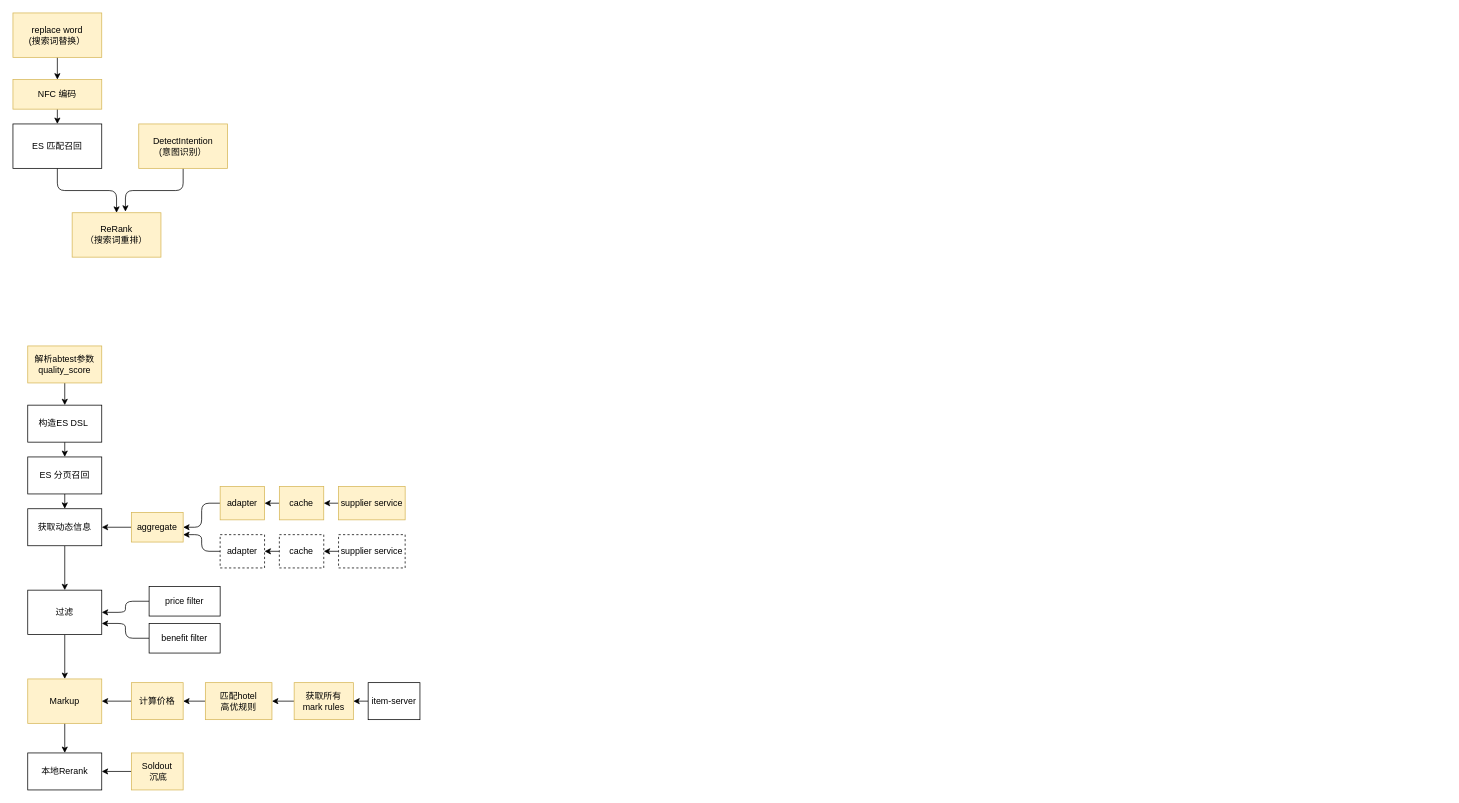
wxquare/wxquare.github.io keeps this draw.io diagram as source/diagrams/keywords.drawio. Above is the earlier version. Source tidied: cells renumbered, new cells numbered last; positions are measured from the earlier drawing's top-left corner, leaving out a move shared by most shapes. Both pictures are drawn from the tidied source at 74%, with x=0, y=0 at pixel (13, 13).
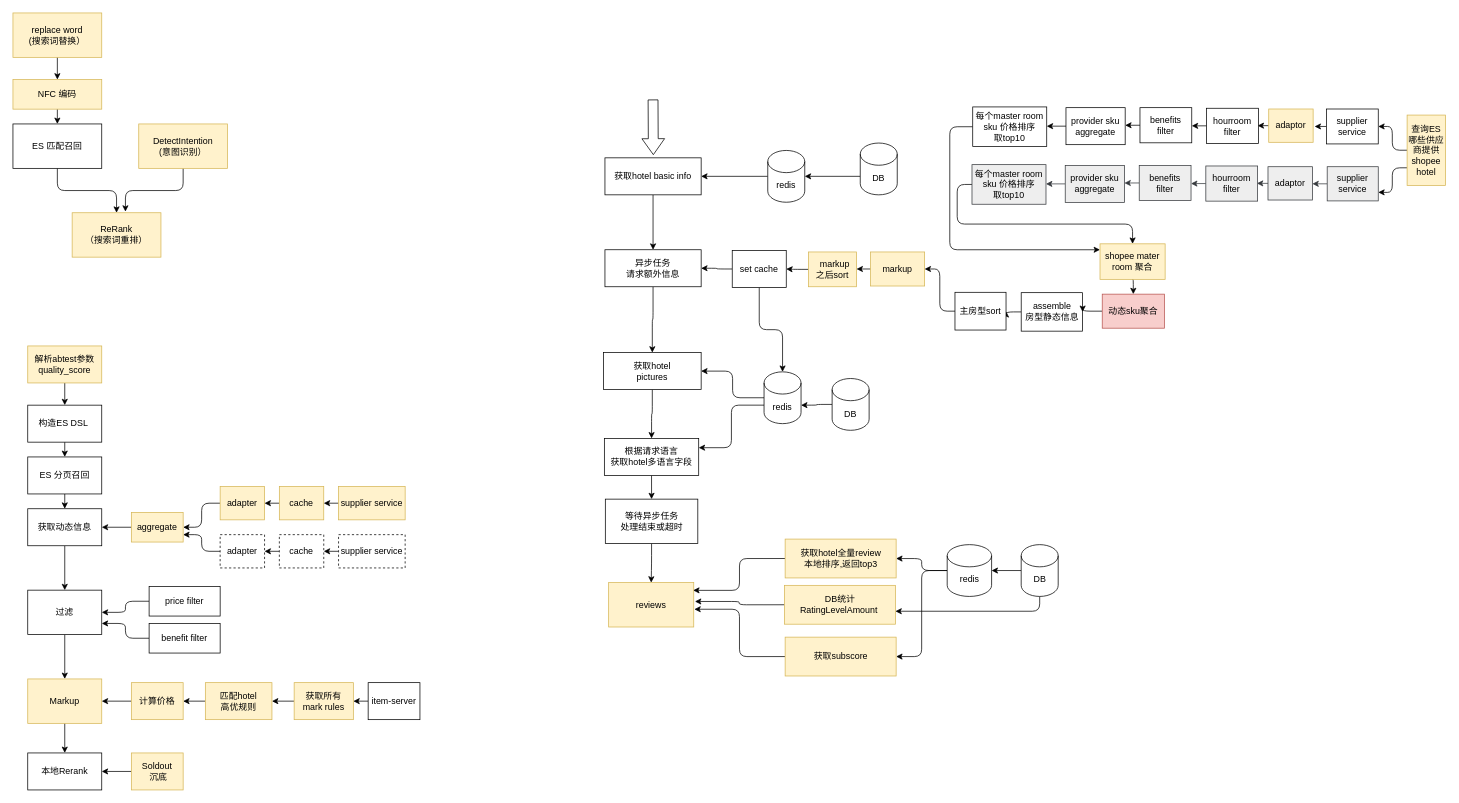
Above is the later version.

Change to the diagram source:
```diff
@@
+    <mxCell id="52" style="edgeStyle=orthogonalEdgeStyle;rounded=1;jettySize=auto;html=1;exitX=0.5;exitY=1;exitDx=0;exitDy=0;" parent="1" edge="1" source="53" target="59">
+      <mxGeometry relative="1" as="geometry" />
+    </mxCell>
+    <mxCell id="53" value="获取hotel basic info" style="rounded=0;whiteSpace=wrap;html=1;" parent="1" vertex="1">
+      <mxGeometry x="800" y="195.8" width="130" height="50" as="geometry" />
+    </mxCell>
+    <mxCell id="54" style="edgeStyle=orthogonalEdgeStyle;rounded=1;jettySize=auto;html=1;exitX=0;exitY=0.5;exitDx=0;exitDy=0;exitPerimeter=0;" parent="1" edge="1" source="55" target="53">
+      <mxGeometry relative="1" as="geometry" />
+    </mxCell>
+    <mxCell id="55" value="redis" style="shape=cylinder3;whiteSpace=wrap;html=1;boundedLbl=1;backgroundOutline=1;size=15;" parent="1" vertex="1">
+      <mxGeometry x="1020" y="185.8" width="50" height="70" as="geometry" />
+    </mxCell>
+    <mxCell id="56" style="edgeStyle=orthogonalEdgeStyle;rounded=1;jettySize=auto;html=1;exitX=0;exitY=0;exitDx=0;exitDy=45;exitPerimeter=0;entryX=1;entryY=0.5;entryDx=0;entryDy=0;entryPerimeter=0;" parent="1" edge="1" source="57" target="55">
+      <mxGeometry relative="1" as="geometry" />
+    </mxCell>
+    <mxCell id="57" value="DB" style="shape=cylinder3;whiteSpace=wrap;html=1;boundedLbl=1;backgroundOutline=1;size=15;" parent="1" vertex="1">
+      <mxGeometry x="1145" y="175.8" width="50" height="70" as="geometry" />
+    </mxCell>
+    <mxCell id="58" style="edgeStyle=orthogonalEdgeStyle;rounded=1;jettySize=auto;html=1;exitX=0.5;exitY=1;exitDx=0;exitDy=0;entryX=0.5;entryY=0;entryDx=0;entryDy=0;" parent="1" edge="1" source="59" target="63">
+      <mxGeometry relative="1" as="geometry" />
+    </mxCell>
+    <mxCell id="59" value="异步任务&lt;br&gt;请求额外信息" style="rounded=0;whiteSpace=wrap;html=1;" parent="1" vertex="1">
+      <mxGeometry x="800" y="320" width="130" height="50" as="geometry" />
+    </mxCell>
+    <mxCell id="60" style="edgeStyle=orthogonalEdgeStyle;rounded=1;jettySize=auto;html=1;exitX=0;exitY=0.5;exitDx=0;exitDy=0;" parent="1" edge="1" source="61">
+      <mxGeometry relative="1" as="geometry">
+        <mxPoint x="1759" y="153.2" as="targetPoint" />
+      </mxGeometry>
+    </mxCell>
+    <mxCell id="61" value="supplier &lt;br&gt;service" style="rounded=0;whiteSpace=wrap;html=1;" parent="1" vertex="1">
+      <mxGeometry x="1775" y="129.8" width="70" height="47.2" as="geometry" />
+    </mxCell>
+    <mxCell id="62" style="edgeStyle=orthogonalEdgeStyle;rounded=1;jettySize=auto;html=1;exitX=0.5;exitY=1;exitDx=0;exitDy=0;" parent="1" edge="1" source="63" target="70">
+      <mxGeometry relative="1" as="geometry" />
+    </mxCell>
+    <mxCell id="63" value="获取hotel &lt;br&gt;pictures" style="rounded=0;whiteSpace=wrap;html=1;" parent="1" vertex="1">
+      <mxGeometry x="798" y="459" width="132" height="50" as="geometry" />
+    </mxCell>
+    <mxCell id="64" style="edgeStyle=orthogonalEdgeStyle;rounded=1;jettySize=auto;html=1;exitX=0;exitY=0.5;exitDx=0;exitDy=0;exitPerimeter=0;entryX=1;entryY=0.5;entryDx=0;entryDy=0;" parent="1" edge="1" source="66" target="63">
+      <mxGeometry relative="1" as="geometry" />
+    </mxCell>
+    <mxCell id="65" style="edgeStyle=orthogonalEdgeStyle;rounded=1;jettySize=auto;html=1;exitX=0;exitY=0;exitDx=0;exitDy=45;exitPerimeter=0;entryX=1;entryY=0.25;entryDx=0;entryDy=0;" parent="1" edge="1" source="66" target="70">
+      <mxGeometry relative="1" as="geometry" />
+    </mxCell>
+    <mxCell id="66" value="redis" style="shape=cylinder3;whiteSpace=wrap;html=1;boundedLbl=1;backgroundOutline=1;size=15;" parent="1" vertex="1">
+      <mxGeometry x="1015" y="485" width="50" height="70" as="geometry" />
+    </mxCell>
+    <mxCell id="67" style="edgeStyle=orthogonalEdgeStyle;rounded=1;jettySize=auto;html=1;exitX=0;exitY=0.5;exitDx=0;exitDy=0;exitPerimeter=0;entryX=1;entryY=0;entryDx=0;entryDy=45;entryPerimeter=0;" parent="1" edge="1" source="68" target="66">
+      <mxGeometry relative="1" as="geometry" />
+    </mxCell>
+    <mxCell id="68" value="DB" style="shape=cylinder3;whiteSpace=wrap;html=1;boundedLbl=1;backgroundOutline=1;size=15;" parent="1" vertex="1">
+      <mxGeometry x="1107" y="494" width="50" height="70" as="geometry" />
+    </mxCell>
+    <mxCell id="69" style="edgeStyle=orthogonalEdgeStyle;rounded=1;jettySize=auto;html=1;exitX=0.5;exitY=1;exitDx=0;exitDy=0;entryX=0.5;entryY=0;entryDx=0;entryDy=0;" parent="1" edge="1" source="70" target="72">
+      <mxGeometry relative="1" as="geometry" />
+    </mxCell>
+    <mxCell id="70" value="根据请求语言&lt;br&gt;获取hotel多语言字段" style="rounded=0;whiteSpace=wrap;html=1;" parent="1" vertex="1">
+      <mxGeometry x="799.2" y="575" width="127.5" height="50" as="geometry" />
+    </mxCell>
+    <mxCell id="71" style="edgeStyle=orthogonalEdgeStyle;rounded=1;jettySize=auto;html=1;exitX=0.5;exitY=1;exitDx=0;exitDy=0;" parent="1" edge="1" source="72" target="73">
+      <mxGeometry relative="1" as="geometry" />
+    </mxCell>
+    <mxCell id="72" value="等待异步任务&lt;br&gt;处理结束或超时" style="rounded=0;whiteSpace=wrap;html=1;" parent="1" vertex="1">
+      <mxGeometry x="800.5" y="657" width="125" height="60" as="geometry" />
+    </mxCell>
+    <mxCell id="73" value="reviews" style="rounded=0;whiteSpace=wrap;html=1;fillColor=#fff2cc;strokeColor=#d6b656;" parent="1" vertex="1">
+      <mxGeometry x="805" y="769.8" width="115" height="60" as="geometry" />
+    </mxCell>
+    <mxCell id="74" style="edgeStyle=orthogonalEdgeStyle;rounded=1;jettySize=auto;html=1;exitX=0;exitY=0.5;exitDx=0;exitDy=0;entryX=0.993;entryY=0.175;entryDx=0;entryDy=0;entryPerimeter=0;" parent="1" edge="1" source="75" target="73">
+      <mxGeometry relative="1" as="geometry" />
+    </mxCell>
+    <mxCell id="75" value="获取hotel全量review&lt;br&gt;本地排序,返回top3" style="rounded=0;whiteSpace=wrap;html=1;fillColor=#fff2cc;strokeColor=#d6b656;" parent="1" vertex="1">
+      <mxGeometry x="1043.5" y="711" width="150" height="52.5" as="geometry" />
+    </mxCell>
+    <mxCell id="76" style="edgeStyle=orthogonalEdgeStyle;rounded=1;jettySize=auto;html=1;exitX=0;exitY=0.5;exitDx=0;exitDy=0;entryX=1.014;entryY=0.425;entryDx=0;entryDy=0;entryPerimeter=0;" parent="1" edge="1" source="77" target="73">
+      <mxGeometry relative="1" as="geometry" />
+    </mxCell>
+    <mxCell id="77" value="DB统计RatingLevelAmount&amp;nbsp;" style="rounded=0;whiteSpace=wrap;html=1;fillColor=#fff2cc;strokeColor=#d6b656;" parent="1" vertex="1">
+      <mxGeometry x="1042.5" y="773.5" width="150" height="52.5" as="geometry" />
+    </mxCell>
+    <mxCell id="78" style="edgeStyle=orthogonalEdgeStyle;rounded=1;jettySize=auto;html=1;exitX=0;exitY=0.5;exitDx=0;exitDy=0;entryX=1.007;entryY=0.6;entryDx=0;entryDy=0;entryPerimeter=0;" parent="1" edge="1" source="79" target="73">
+      <mxGeometry relative="1" as="geometry" />
+    </mxCell>
+    <mxCell id="79" value="获取subscore" style="rounded=0;whiteSpace=wrap;html=1;fillColor=#fff2cc;strokeColor=#d6b656;" parent="1" vertex="1">
+      <mxGeometry x="1043.5" y="843.5" width="150" height="52.5" as="geometry" />
+    </mxCell>
+    <mxCell id="80" style="edgeStyle=orthogonalEdgeStyle;rounded=1;jettySize=auto;html=1;exitX=0;exitY=0.5;exitDx=0;exitDy=0;exitPerimeter=0;" parent="1" edge="1" source="82" target="85">
+      <mxGeometry relative="1" as="geometry" />
+    </mxCell>
+    <mxCell id="81" style="edgeStyle=orthogonalEdgeStyle;rounded=1;jettySize=auto;html=1;exitX=0.5;exitY=1;exitDx=0;exitDy=0;exitPerimeter=0;" parent="1" edge="1" source="82" target="77">
+      <mxGeometry relative="1" as="geometry">
+        <Array as="points">
+          <mxPoint x="1387.5" y="808.5" />
+        </Array>
+      </mxGeometry>
+    </mxCell>
+    <mxCell id="82" value="DB" style="shape=cylinder3;whiteSpace=wrap;html=1;boundedLbl=1;backgroundOutline=1;size=15;" parent="1" vertex="1">
+      <mxGeometry x="1362.5" y="718.5" width="50" height="70" as="geometry" />
+    </mxCell>
+    <mxCell id="83" style="edgeStyle=orthogonalEdgeStyle;rounded=1;jettySize=auto;html=1;exitX=0;exitY=0.5;exitDx=0;exitDy=0;exitPerimeter=0;" parent="1" edge="1" source="85" target="75">
+      <mxGeometry relative="1" as="geometry" />
+    </mxCell>
+    <mxCell id="84" style="edgeStyle=orthogonalEdgeStyle;rounded=1;jettySize=auto;html=1;exitX=0;exitY=0.5;exitDx=0;exitDy=0;exitPerimeter=0;entryX=1;entryY=0.5;entryDx=0;entryDy=0;" parent="1" edge="1" source="85" target="79">
+      <mxGeometry relative="1" as="geometry" />
+    </mxCell>
+    <mxCell id="85" value="redis" style="shape=cylinder3;whiteSpace=wrap;html=1;boundedLbl=1;backgroundOutline=1;size=15;" parent="1" vertex="1">
+      <mxGeometry x="1262.5" y="718.5" width="60" height="70" as="geometry" />
+    </mxCell>
+    <mxCell id="86" style="edgeStyle=orthogonalEdgeStyle;rounded=1;jettySize=auto;html=1;exitX=0;exitY=0.5;exitDx=0;exitDy=0;" parent="1" edge="1" source="87">
+      <mxGeometry relative="1" as="geometry">
+        <mxPoint x="1682" y="152.1" as="targetPoint" />
+      </mxGeometry>
+    </mxCell>
+    <mxCell id="87" value="adaptor" style="rounded=0;whiteSpace=wrap;html=1;fillColor=#fff2cc;strokeColor=#d6b656;" parent="1" vertex="1">
+      <mxGeometry x="1697" y="129.8" width="60" height="45" as="geometry" />
+    </mxCell>
+    <mxCell id="88" style="edgeStyle=orthogonalEdgeStyle;rounded=0;jettySize=auto;html=1;exitX=0;exitY=0.5;exitDx=0;exitDy=0;entryX=1;entryY=0.5;entryDx=0;entryDy=0;" parent="1" edge="1" source="89" target="91">
+      <mxGeometry relative="1" as="geometry" />
+    </mxCell>
+    <mxCell id="89" value="hourroom&lt;br&gt;filter" style="rounded=0;whiteSpace=wrap;html=1;" parent="1" vertex="1">
+      <mxGeometry x="1613" y="128.8" width="70" height="47.5" as="geometry" />
+    </mxCell>
+    <mxCell id="90" style="edgeStyle=orthogonalEdgeStyle;rounded=1;jettySize=auto;html=1;exitX=0;exitY=0.5;exitDx=0;exitDy=0;" parent="1" edge="1" source="91">
+      <mxGeometry relative="1" as="geometry">
+        <mxPoint x="1503" y="152.2" as="targetPoint" />
+      </mxGeometry>
+    </mxCell>
+    <mxCell id="91" value="benefits&lt;br&gt;filter" style="rounded=0;whiteSpace=wrap;html=1;" parent="1" vertex="1">
+      <mxGeometry x="1523" y="128" width="70" height="47.5" as="geometry" />
+    </mxCell>
+    <mxCell id="92" style="edgeStyle=orthogonalEdgeStyle;rounded=1;jettySize=auto;html=1;exitX=0;exitY=0.5;exitDx=0;exitDy=0;entryX=1;entryY=0.5;entryDx=0;entryDy=0;" parent="1" edge="1" source="93" target="95">
+      <mxGeometry relative="1" as="geometry" />
+    </mxCell>
+    <mxCell id="93" value="provider sku&lt;br&gt;aggregate" style="rounded=0;whiteSpace=wrap;html=1;" parent="1" vertex="1">
+      <mxGeometry x="1423" y="128" width="80" height="50" as="geometry" />
+    </mxCell>
+    <mxCell id="94" style="edgeStyle=orthogonalEdgeStyle;rounded=1;jettySize=auto;html=1;exitX=0;exitY=0.5;exitDx=0;exitDy=0;" parent="1" edge="1" source="95" target="97">
+      <mxGeometry relative="1" as="geometry">
+        <Array as="points">
+          <mxPoint x="1266" y="154" />
+          <mxPoint x="1266" y="320" />
+        </Array>
+      </mxGeometry>
+    </mxCell>
+    <mxCell id="95" value="每个master room&lt;br&gt;sku 价格排序&lt;br&gt;取top10" style="rounded=0;whiteSpace=wrap;html=1;" parent="1" vertex="1">
+      <mxGeometry x="1297" y="127" width="100" height="53.5" as="geometry" />
+    </mxCell>
+    <mxCell id="96" style="edgeStyle=orthogonalEdgeStyle;rounded=1;jettySize=auto;html=1;exitX=0.5;exitY=1;exitDx=0;exitDy=0;entryX=0.5;entryY=0;entryDx=0;entryDy=0;" parent="1" edge="1" source="97" target="125">
+      <mxGeometry relative="1" as="geometry" />
+    </mxCell>
+    <mxCell id="97" value="shopee mater room 聚合" style="rounded=0;whiteSpace=wrap;html=1;fillColor=#fff2cc;strokeColor=#d6b656;" parent="1" vertex="1">
+      <mxGeometry x="1469" y="312" width="88" height="48" as="geometry" />
+    </mxCell>
+    <mxCell id="98" style="edgeStyle=orthogonalEdgeStyle;rounded=1;jettySize=auto;html=1;exitX=0;exitY=0.5;exitDx=0;exitDy=0;entryX=1;entryY=0.5;entryDx=0;entryDy=0;fillColor=#eeeeee;strokeColor=#36393d;" parent="1" edge="1" source="99" target="101">
+      <mxGeometry relative="1" as="geometry" />
+    </mxCell>
+    <mxCell id="99" value="supplier &lt;br&gt;service" style="rounded=0;whiteSpace=wrap;html=1;fillColor=#eeeeee;strokeColor=#36393d;" parent="1" vertex="1">
+      <mxGeometry x="1776" y="207.8" width="69" height="46.2" as="geometry" />
+    </mxCell>
+    <mxCell id="100" style="edgeStyle=orthogonalEdgeStyle;rounded=1;jettySize=auto;html=1;exitX=0;exitY=0.5;exitDx=0;exitDy=0;fillColor=#eeeeee;strokeColor=#36393d;" parent="1" edge="1" source="101">
+      <mxGeometry relative="1" as="geometry">
+        <mxPoint x="1681" y="230.1" as="targetPoint" />
+      </mxGeometry>
+    </mxCell>
+    <mxCell id="101" value="adaptor" style="rounded=0;whiteSpace=wrap;html=1;fillColor=#eeeeee;strokeColor=#36393d;" parent="1" vertex="1">
+      <mxGeometry x="1696" y="207.8" width="60" height="45" as="geometry" />
+    </mxCell>
+    <mxCell id="102" style="edgeStyle=orthogonalEdgeStyle;rounded=0;jettySize=auto;html=1;exitX=0;exitY=0.5;exitDx=0;exitDy=0;entryX=1;entryY=0.5;entryDx=0;entryDy=0;fillColor=#eeeeee;strokeColor=#36393d;" parent="1" edge="1" source="103" target="105">
+      <mxGeometry relative="1" as="geometry" />
+    </mxCell>
+    <mxCell id="103" value="hourroom&lt;br&gt;filter" style="rounded=0;whiteSpace=wrap;html=1;fillColor=#eeeeee;strokeColor=#36393d;" parent="1" vertex="1">
+      <mxGeometry x="1612" y="206.8" width="70" height="47.5" as="geometry" />
+    </mxCell>
+    <mxCell id="104" style="edgeStyle=orthogonalEdgeStyle;rounded=1;jettySize=auto;html=1;exitX=0;exitY=0.5;exitDx=0;exitDy=0;fillColor=#eeeeee;strokeColor=#36393d;" parent="1" edge="1" source="105">
+      <mxGeometry relative="1" as="geometry">
+        <mxPoint x="1502" y="230.2" as="targetPoint" />
+      </mxGeometry>
+    </mxCell>
+    <mxCell id="105" value="benefits&lt;br&gt;filter" style="rounded=0;whiteSpace=wrap;html=1;fillColor=#eeeeee;strokeColor=#36393d;" parent="1" vertex="1">
+      <mxGeometry x="1522" y="206" width="70" height="47.5" as="geometry" />
+    </mxCell>
+    <mxCell id="106" style="edgeStyle=orthogonalEdgeStyle;rounded=1;jettySize=auto;html=1;exitX=0;exitY=0.5;exitDx=0;exitDy=0;entryX=1;entryY=0.5;entryDx=0;entryDy=0;fillColor=#eeeeee;strokeColor=#36393d;" parent="1" edge="1" source="107" target="109">
+      <mxGeometry relative="1" as="geometry" />
+    </mxCell>
+    <mxCell id="107" value="provider sku&lt;br&gt;aggregate" style="rounded=0;whiteSpace=wrap;html=1;fillColor=#eeeeee;strokeColor=#36393d;" parent="1" vertex="1">
+      <mxGeometry x="1422" y="206" width="80" height="50" as="geometry" />
+    </mxCell>
+    <mxCell id="108" style="edgeStyle=orthogonalEdgeStyle;rounded=1;jettySize=auto;html=1;exitX=0;exitY=0.5;exitDx=0;exitDy=0;entryX=0.5;entryY=0;entryDx=0;entryDy=0;" parent="1" edge="1" source="109" target="97">
+      <mxGeometry relative="1" as="geometry" />
+    </mxCell>
+    <mxCell id="109" value="每个master room&lt;br&gt;sku 价格排序&lt;br&gt;取top10" style="rounded=0;whiteSpace=wrap;html=1;fillColor=#eeeeee;strokeColor=#36393d;" parent="1" vertex="1">
+      <mxGeometry x="1296" y="205" width="100" height="53.5" as="geometry" />
+    </mxCell>
+    <mxCell id="110" style="edgeStyle=orthogonalEdgeStyle;rounded=1;jettySize=auto;html=1;exitX=0;exitY=0.5;exitDx=0;exitDy=0;entryX=1;entryY=0.5;entryDx=0;entryDy=0;" parent="1" edge="1" source="111" target="113">
+      <mxGeometry relative="1" as="geometry" />
+    </mxCell>
+    <mxCell id="111" value="assemble &lt;br&gt;房型静态信息" style="rounded=0;whiteSpace=wrap;html=1;" parent="1" vertex="1">
+      <mxGeometry x="1362.5" y="378" width="83" height="52" as="geometry" />
+    </mxCell>
+    <mxCell id="112" style="edgeStyle=orthogonalEdgeStyle;rounded=1;jettySize=auto;html=1;exitX=0;exitY=0.5;exitDx=0;exitDy=0;entryX=1;entryY=0.5;entryDx=0;entryDy=0;" parent="1" edge="1" source="113" target="115">
+      <mxGeometry relative="1" as="geometry" />
+    </mxCell>
+    <mxCell id="113" value="主房型sort" style="rounded=0;whiteSpace=wrap;html=1;" parent="1" vertex="1">
+      <mxGeometry x="1273" y="377.5" width="69" height="51" as="geometry" />
+    </mxCell>
+    <mxCell id="114" style="edgeStyle=orthogonalEdgeStyle;rounded=1;jettySize=auto;html=1;exitX=0;exitY=0.5;exitDx=0;exitDy=0;entryX=1;entryY=0.5;entryDx=0;entryDy=0;" parent="1" edge="1" source="115" target="117">
+      <mxGeometry relative="1" as="geometry" />
+    </mxCell>
+    <mxCell id="115" value="markup" style="rounded=0;whiteSpace=wrap;html=1;fillColor=#fff2cc;strokeColor=#d6b656;" parent="1" vertex="1">
+      <mxGeometry x="1159" y="323" width="73" height="46" as="geometry" />
+    </mxCell>
+    <mxCell id="116" style="edgeStyle=orthogonalEdgeStyle;rounded=1;jettySize=auto;html=1;exitX=0;exitY=0.5;exitDx=0;exitDy=0;" parent="1" edge="1" source="117" target="120">
+      <mxGeometry relative="1" as="geometry" />
+    </mxCell>
+    <mxCell id="117" value="&amp;nbsp; markup&lt;br&gt;之后sort" style="rounded=0;whiteSpace=wrap;html=1;fillColor=#fff2cc;strokeColor=#d6b656;" parent="1" vertex="1">
+      <mxGeometry x="1075" y="323" width="65" height="47" as="geometry" />
+    </mxCell>
+    <mxCell id="118" style="edgeStyle=orthogonalEdgeStyle;rounded=1;jettySize=auto;html=1;exitX=0;exitY=0.5;exitDx=0;exitDy=0;entryX=1;entryY=0.5;entryDx=0;entryDy=0;" parent="1" edge="1" source="120" target="59">
+      <mxGeometry relative="1" as="geometry" />
+    </mxCell>
+    <mxCell id="119" style="edgeStyle=orthogonalEdgeStyle;rounded=1;jettySize=auto;html=1;exitX=0.5;exitY=1;exitDx=0;exitDy=0;entryX=0.5;entryY=0;entryDx=0;entryDy=0;entryPerimeter=0;" parent="1" edge="1" source="120" target="66">
+      <mxGeometry relative="1" as="geometry" />
+    </mxCell>
+    <mxCell id="120" value="set cache" style="rounded=0;whiteSpace=wrap;html=1;" parent="1" vertex="1">
+      <mxGeometry x="972" y="321" width="73" height="50" as="geometry" />
+    </mxCell>
+    <mxCell id="121" style="edgeStyle=orthogonalEdgeStyle;rounded=1;jettySize=auto;html=1;exitX=0;exitY=0.5;exitDx=0;exitDy=0;entryX=1;entryY=0.5;entryDx=0;entryDy=0;" parent="1" edge="1" source="123" target="61">
+      <mxGeometry relative="1" as="geometry" />
+    </mxCell>
+    <mxCell id="122" style="edgeStyle=orthogonalEdgeStyle;rounded=1;jettySize=auto;html=1;exitX=0;exitY=0.75;exitDx=0;exitDy=0;entryX=1;entryY=0.75;entryDx=0;entryDy=0;" parent="1" edge="1" source="123" target="99">
+      <mxGeometry relative="1" as="geometry" />
+    </mxCell>
+    <mxCell id="123" value="查询ES&lt;br&gt;哪些供应商提供&lt;br&gt;shopee hotel" style="rounded=0;whiteSpace=wrap;html=1;fillColor=#fff2cc;strokeColor=#d6b656;" parent="1" vertex="1">
+      <mxGeometry x="1884" y="138" width="52" height="95" as="geometry" />
+    </mxCell>
+    <mxCell id="124" style="edgeStyle=orthogonalEdgeStyle;rounded=1;jettySize=auto;html=1;exitX=0;exitY=0.5;exitDx=0;exitDy=0;entryX=1;entryY=0.5;entryDx=0;entryDy=0;" parent="1" edge="1" source="125" target="111">
+      <mxGeometry relative="1" as="geometry" />
+    </mxCell>
+    <mxCell id="125" value="动态sku聚合" style="rounded=0;whiteSpace=wrap;html=1;fillColor=#f8cecc;strokeColor=#b85450;" parent="1" vertex="1">
+      <mxGeometry x="1472" y="380" width="84" height="46" as="geometry" />
+    </mxCell>
+    <mxCell id="126" style="shape=flexArrow;endArrow=classic;html=1;rounded=1;width=13.333333333333332;endSize=6.855555555555555;endWidth=16.296296296296298;" parent="1" edge="1">
+      <mxGeometry relative="1" as="geometry">
+        <mxPoint x="865" y="117" as="sourcePoint" />
+        <mxPoint x="865.4" y="192" as="targetPoint" />
+      </mxGeometry>
+    </mxCell>
```
